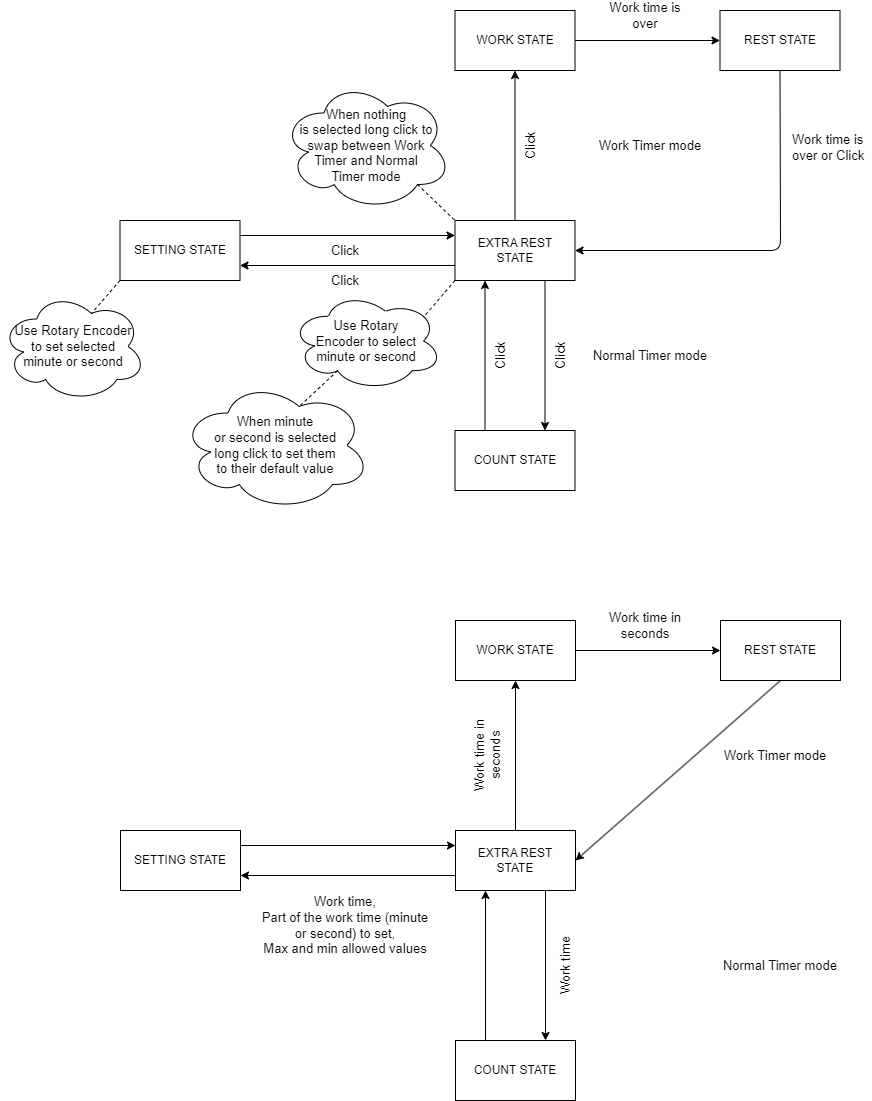
Before: doc/state_machine.png, a diagram exported from draw.io (Tushar625/Study-Timer). Source tidied: cells renumbered, new cells last; positions are measured from the earlier drawing's top-left corner, leaving out a move shared by most shapes.
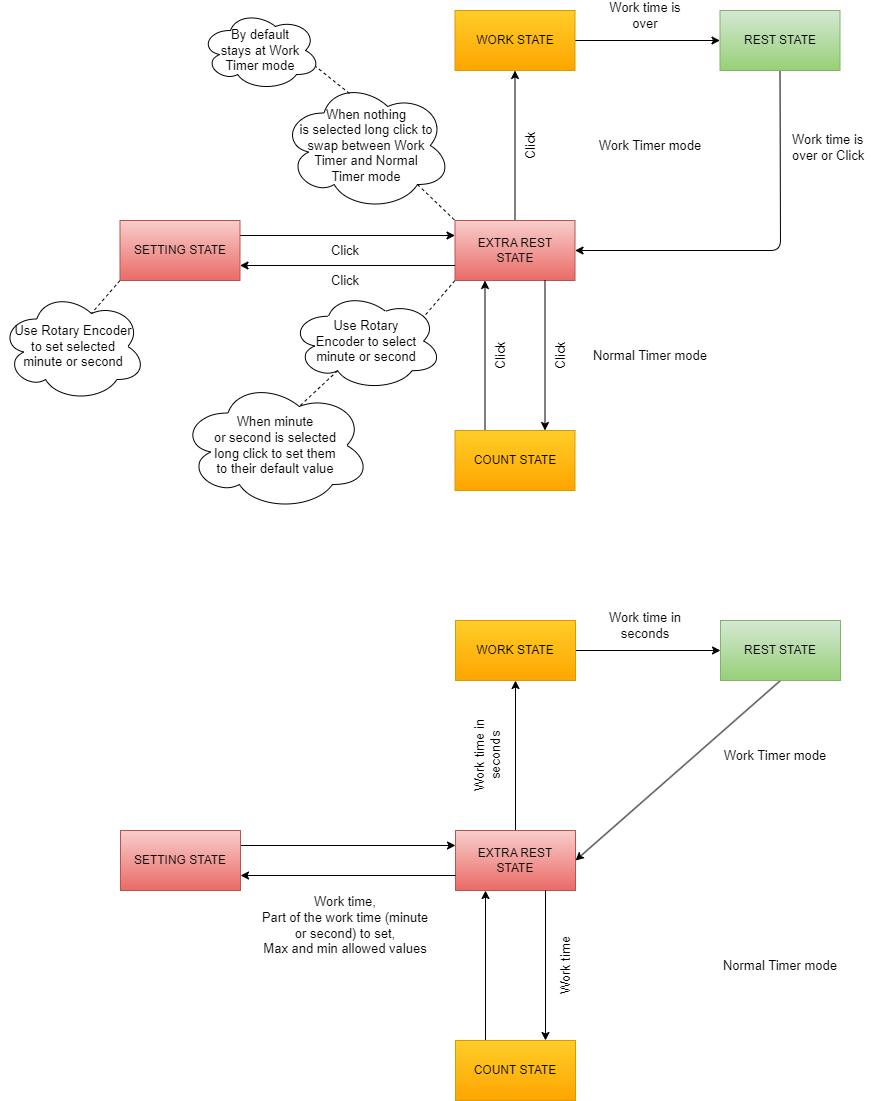
The same diagram one commit later.

Commit message:
Refined state machine diagram and added a list of external packages used

What changed in the source:
```diff
@@ -5,13 +5,13 @@
     <mxCell id="2" style="edgeStyle=none;html=1;exitX=1;exitY=0.5;exitDx=0;exitDy=0;entryX=0;entryY=0.5;entryDx=0;entryDy=0;strokeColor=#000000;fontColor=#000000;labelBackgroundColor=none;" parent="1" edge="1" source="3" target="5">
       <mxGeometry relative="1" as="geometry" />
     </mxCell>
-    <mxCell id="3" value="&lt;font color=&quot;#000000&quot;&gt;WORK STATE&lt;/font&gt;" style="whiteSpace=wrap;html=1;fillColor=none;strokeColor=#000000;" parent="1" vertex="1">
+    <mxCell id="3" value="&lt;font color=&quot;#000000&quot;&gt;WORK STATE&lt;/font&gt;" style="whiteSpace=wrap;html=1;fillColor=#ffcd28;strokeColor=#d79b00;gradientColor=#ffa500;" parent="1" vertex="1">
       <mxGeometry x="455" y="620" width="120" height="60" as="geometry" />
     </mxCell>
     <mxCell id="4" style="edgeStyle=none;html=1;exitX=0.5;exitY=1;exitDx=0;exitDy=0;entryX=1;entryY=0.5;entryDx=0;entryDy=0;strokeColor=#000000;fontColor=#000000;" parent="1" edge="1" source="5" target="9">
       <mxGeometry relative="1" as="geometry" />
     </mxCell>
-    <mxCell id="5" value="&lt;font color=&quot;#000000&quot;&gt;REST STATE&lt;/font&gt;" style="whiteSpace=wrap;html=1;fillColor=none;strokeColor=#000000;" parent="1" vertex="1">
+    <mxCell id="5" value="&lt;font color=&quot;#000000&quot;&gt;REST STATE&lt;/font&gt;" style="whiteSpace=wrap;html=1;fillColor=#d5e8d4;strokeColor=#82b366;gradientColor=#97d077;" parent="1" vertex="1">
       <mxGeometry x="720" y="620" width="120" height="60" as="geometry" />
     </mxCell>
     <mxCell id="6" style="edgeStyle=none;html=1;exitX=0.5;exitY=0;exitDx=0;exitDy=0;entryX=0.5;entryY=1;entryDx=0;entryDy=0;fontColor=#000000;strokeColor=#000000;labelBackgroundColor=none;" parent="1" edge="1" source="9" target="3">
@@ -23,13 +23,13 @@
     <mxCell id="8" style="edgeStyle=none;html=1;exitX=0.25;exitY=1;exitDx=0;exitDy=0;entryX=0.25;entryY=0;entryDx=0;entryDy=0;labelBackgroundColor=none;strokeColor=#000000;fontSize=13;fontColor=#000000;startArrow=classic;startFill=1;endArrow=none;endFill=0;" parent="1" edge="1" source="9" target="16">
       <mxGeometry relative="1" as="geometry" />
     </mxCell>
-    <mxCell id="9" value="&lt;font color=&quot;#000000&quot;&gt;EXTRA REST&lt;br&gt;STATE&lt;/font&gt;" style="whiteSpace=wrap;html=1;fillColor=none;strokeColor=#000000;" parent="1" vertex="1">
+    <mxCell id="9" value="&lt;font color=&quot;#000000&quot;&gt;EXTRA REST&lt;br&gt;STATE&lt;/font&gt;" style="whiteSpace=wrap;html=1;fillColor=#f8cecc;strokeColor=#b85450;gradientColor=#ea6b66;" parent="1" vertex="1">
       <mxGeometry x="455" y="830" width="120" height="60" as="geometry" />
     </mxCell>
     <mxCell id="10" style="edgeStyle=none;html=1;exitX=1;exitY=0.75;exitDx=0;exitDy=0;entryX=0;entryY=0.75;entryDx=0;entryDy=0;strokeColor=#000000;fontColor=#000000;startArrow=classic;startFill=1;endArrow=none;endFill=0;" parent="1" edge="1" source="11" target="9">
       <mxGeometry relative="1" as="geometry" />
     </mxCell>
-    <mxCell id="11" value="&lt;font color=&quot;#000000&quot;&gt;SETTING STATE&lt;/font&gt;" style="whiteSpace=wrap;html=1;fillColor=none;strokeColor=#000000;" parent="1" vertex="1">
+    <mxCell id="11" value="&lt;font color=&quot;#000000&quot;&gt;SETTING STATE&lt;/font&gt;" style="whiteSpace=wrap;html=1;fillColor=#f8cecc;strokeColor=#b85450;gradientColor=#ea6b66;" parent="1" vertex="1">
       <mxGeometry x="120" y="830" width="120" height="60" as="geometry" />
     </mxCell>
     <mxCell id="12" value="&lt;font style=&quot;font-size: 13px;&quot;&gt;Work time in seconds&lt;/font&gt;" style="text;strokeColor=none;align=center;fillColor=none;html=1;verticalAlign=middle;whiteSpace=wrap;rounded=0;fontColor=#000000;rotation=270;" parent="1" vertex="1">
@@ -44,7 +44,7 @@
     <mxCell id="15" style="edgeStyle=none;html=1;exitX=0.75;exitY=0;exitDx=0;exitDy=0;entryX=0.75;entryY=1;entryDx=0;entryDy=0;labelBackgroundColor=none;strokeColor=#000000;fontSize=13;fontColor=#000000;startArrow=classic;startFill=1;endArrow=none;endFill=0;" parent="1" edge="1" source="16" target="9">
       <mxGeometry relative="1" as="geometry" />
     </mxCell>
-    <mxCell id="16" value="&lt;font color=&quot;#000000&quot;&gt;COUNT STATE&lt;/font&gt;" style="whiteSpace=wrap;html=1;fillColor=none;strokeColor=#000000;" parent="1" vertex="1">
+    <mxCell id="16" value="&lt;font color=&quot;#000000&quot;&gt;COUNT STATE&lt;/font&gt;" style="whiteSpace=wrap;html=1;fillColor=#ffcd28;strokeColor=#d79b00;gradientColor=#ffa500;" parent="1" vertex="1">
       <mxGeometry x="455" y="1040" width="120" height="60" as="geometry" />
     </mxCell>
     <mxCell id="17" value="&lt;font style=&quot;font-size: 13px;&quot;&gt;Work time&lt;/font&gt;" style="text;strokeColor=none;align=center;fillColor=none;html=1;verticalAlign=middle;whiteSpace=wrap;rounded=0;fontColor=#000000;rotation=270;" parent="1" vertex="1">
@@ -59,7 +59,7 @@
     <mxCell id="20" style="edgeStyle=none;html=1;exitX=1;exitY=0.5;exitDx=0;exitDy=0;entryX=0;entryY=0.5;entryDx=0;entryDy=0;strokeColor=#000000;fontColor=#000000;labelBackgroundColor=none;" parent="1" edge="1" source="21" target="23">
       <mxGeometry relative="1" as="geometry" />
     </mxCell>
-    <mxCell id="21" value="&lt;font color=&quot;#000000&quot;&gt;WORK STATE&lt;/font&gt;" style="whiteSpace=wrap;html=1;fillColor=none;strokeColor=#000000;" parent="1" vertex="1">
+    <mxCell id="21" value="&lt;font color=&quot;#000000&quot;&gt;WORK STATE&lt;/font&gt;" style="whiteSpace=wrap;html=1;fillColor=#ffcd28;strokeColor=#d79b00;gradientColor=#ffa500;" parent="1" vertex="1">
       <mxGeometry x="454.5" y="10" width="120" height="60" as="geometry" />
     </mxCell>
     <mxCell id="22" style="edgeStyle=none;html=1;exitX=0.5;exitY=1;exitDx=0;exitDy=0;entryX=1;entryY=0.5;entryDx=0;entryDy=0;strokeColor=#000000;fontColor=#000000;" parent="1" edge="1" source="23" target="28">
@@ -69,7 +69,7 @@
         </Array>
       </mxGeometry>
     </mxCell>
-    <mxCell id="23" value="&lt;font color=&quot;#000000&quot;&gt;REST STATE&lt;/font&gt;" style="whiteSpace=wrap;html=1;fillColor=none;strokeColor=#000000;" parent="1" vertex="1">
+    <mxCell id="23" value="&lt;font color=&quot;#000000&quot;&gt;REST STATE&lt;/font&gt;" style="whiteSpace=wrap;html=1;fillColor=#d5e8d4;strokeColor=#82b366;gradientColor=#97d077;" parent="1" vertex="1">
       <mxGeometry x="719.5" y="10" width="120" height="60" as="geometry" />
     </mxCell>
     <mxCell id="24" style="edgeStyle=none;html=1;exitX=0.5;exitY=0;exitDx=0;exitDy=0;entryX=0.5;entryY=1;entryDx=0;entryDy=0;fontColor=#000000;strokeColor=#000000;labelBackgroundColor=none;" parent="1" edge="1" source="28" target="21">
@@ -84,7 +84,7 @@
     <mxCell id="27" style="edgeStyle=none;html=1;exitX=0;exitY=1;exitDx=0;exitDy=0;entryX=0.88;entryY=0.25;entryDx=0;entryDy=0;entryPerimeter=0;strokeColor=#000000;fontSize=13;fontColor=#000000;startArrow=none;startFill=0;endArrow=none;endFill=0;dashed=1;" parent="1" edge="1" source="28" target="44">
       <mxGeometry relative="1" as="geometry" />
     </mxCell>
-    <mxCell id="28" value="&lt;font color=&quot;#000000&quot;&gt;EXTRA REST&lt;br&gt;STATE&lt;/font&gt;" style="whiteSpace=wrap;html=1;fillColor=none;strokeColor=#000000;" parent="1" vertex="1">
+    <mxCell id="28" value="&lt;font color=&quot;#000000&quot;&gt;EXTRA REST&lt;br&gt;STATE&lt;/font&gt;" style="whiteSpace=wrap;html=1;fillColor=#f8cecc;strokeColor=#b85450;gradientColor=#ea6b66;" parent="1" vertex="1">
       <mxGeometry x="454.5" y="220" width="120" height="60" as="geometry" />
     </mxCell>
     <mxCell id="29" style="edgeStyle=none;html=1;exitX=1;exitY=0.75;exitDx=0;exitDy=0;entryX=0;entryY=0.75;entryDx=0;entryDy=0;strokeColor=#000000;fontColor=#000000;startArrow=classic;startFill=1;endArrow=none;endFill=0;" parent="1" edge="1" source="31" target="28">
@@ -93,7 +93,7 @@
     <mxCell id="30" style="edgeStyle=none;html=1;exitX=0;exitY=1;exitDx=0;exitDy=0;entryX=0.625;entryY=0.2;entryDx=0;entryDy=0;entryPerimeter=0;dashed=1;strokeColor=#000000;fontSize=13;fontColor=#000000;startArrow=none;startFill=0;endArrow=none;endFill=0;" parent="1" edge="1" source="31" target="45">
       <mxGeometry relative="1" as="geometry" />
     </mxCell>
-    <mxCell id="31" value="&lt;font color=&quot;#000000&quot;&gt;SETTING STATE&lt;/font&gt;" style="whiteSpace=wrap;html=1;fillColor=none;strokeColor=#000000;" parent="1" vertex="1">
+    <mxCell id="31" value="&lt;font color=&quot;#000000&quot;&gt;SETTING STATE&lt;/font&gt;" style="whiteSpace=wrap;html=1;fillColor=#f8cecc;strokeColor=#b85450;gradientColor=#ea6b66;" parent="1" vertex="1">
       <mxGeometry x="119.5" y="220" width="120" height="60" as="geometry" />
     </mxCell>
     <mxCell id="32" value="&lt;font style=&quot;font-size: 13px;&quot;&gt;Work time is over&lt;/font&gt;" style="text;strokeColor=none;align=center;fillColor=none;html=1;verticalAlign=middle;whiteSpace=wrap;rounded=0;fontColor=#000000;" parent="1" vertex="1">
@@ -102,7 +102,7 @@
     <mxCell id="33" style="edgeStyle=none;html=1;exitX=0.75;exitY=0;exitDx=0;exitDy=0;entryX=0.75;entryY=1;entryDx=0;entryDy=0;labelBackgroundColor=none;strokeColor=#000000;fontSize=13;fontColor=#000000;startArrow=classic;startFill=1;endArrow=none;endFill=0;" parent="1" edge="1" source="34" target="28">
       <mxGeometry relative="1" as="geometry" />
     </mxCell>
-    <mxCell id="34" value="&lt;font color=&quot;#000000&quot;&gt;COUNT STATE&lt;/font&gt;" style="whiteSpace=wrap;html=1;fillColor=none;strokeColor=#000000;" parent="1" vertex="1">
+    <mxCell id="34" value="&lt;font color=&quot;#000000&quot;&gt;COUNT STATE&lt;/font&gt;" style="whiteSpace=wrap;html=1;fillColor=#ffcd28;strokeColor=#d79b00;gradientColor=#ffa500;" parent="1" vertex="1">
       <mxGeometry x="454.5" y="430" width="120" height="60" as="geometry" />
     </mxCell>
     <mxCell id="35" value="&lt;span style=&quot;font-size: 13px;&quot;&gt;Click&lt;/span&gt;" style="text;strokeColor=none;align=center;fillColor=none;html=1;verticalAlign=middle;whiteSpace=wrap;rounded=0;fontColor=#000000;rotation=270;" parent="1" vertex="1">
@@ -144,8 +144,14 @@
     <mxCell id="47" style="edgeStyle=none;html=1;exitX=0.8;exitY=0.8;exitDx=0;exitDy=0;exitPerimeter=0;entryX=0;entryY=0;entryDx=0;entryDy=0;dashed=1;strokeColor=#000000;fontSize=13;fontColor=#000000;startArrow=none;startFill=0;endArrow=none;endFill=0;" parent="1" edge="1" source="48" target="28">
       <mxGeometry relative="1" as="geometry" />
     </mxCell>
+    <mxCell id="49" style="edgeStyle=none;html=1;exitX=0.4;exitY=0.1;exitDx=0;exitDy=0;exitPerimeter=0;entryX=0.96;entryY=0.7;entryDx=0;entryDy=0;entryPerimeter=0;dashed=1;strokeColor=#000000;fontSize=13;fontColor=#000000;startArrow=none;startFill=0;endArrow=none;endFill=0;" parent="1" edge="1" source="48" target="50">
+      <mxGeometry relative="1" as="geometry" />
+    </mxCell>
     <mxCell id="48" value="When nothing&lt;br&gt;is selected long click to&lt;br&gt;swap between Work&lt;br&gt;Timer and Normal&lt;br&gt;Timer mode" style="ellipse;shape=cloud;whiteSpace=wrap;html=1;labelBackgroundColor=none;strokeColor=#000000;fontSize=13;fontColor=#000000;fillColor=none;" parent="1" vertex="1">
       <mxGeometry x="281" y="80" width="170" height="130" as="geometry" />
     </mxCell>
+    <mxCell id="50" value="By default&lt;br&gt;stays at Work&lt;br&gt;Timer mode" style="ellipse;shape=cloud;whiteSpace=wrap;html=1;labelBackgroundColor=none;strokeColor=#000000;fontSize=13;fontColor=#000000;fillColor=none;" parent="1" vertex="1">
+      <mxGeometry x="200" y="10" width="120" height="80" as="geometry" />
+    </mxCell>
   </root>
 </mxGraphModel>
```
